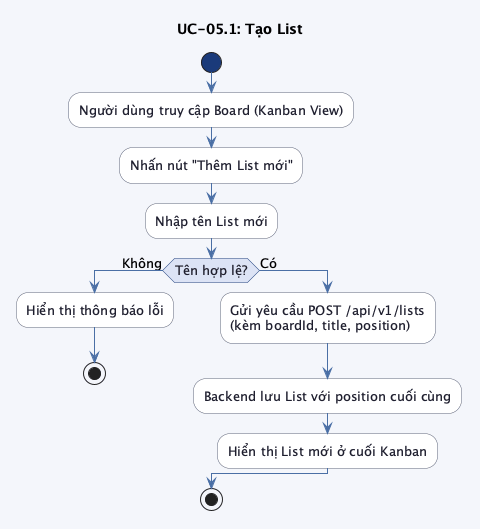
trongnhan34vn/trello-report keeps this PlantUML diagram as src/images/chap3/activity_uc05_1.png. Above is the earlier version.
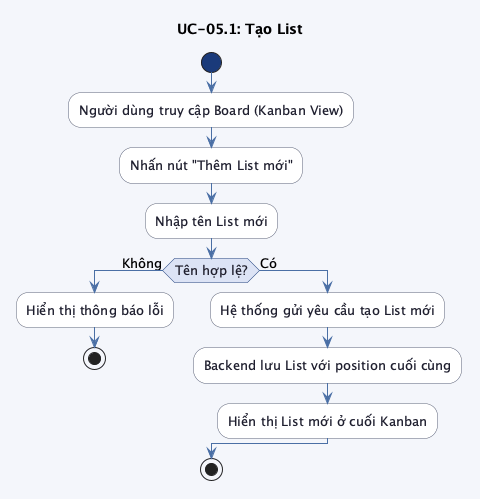
Above is the later version.

The edit, as a diff of the source:
```diff
@@ -27,7 +27,7 @@
     :Hiển thị thông báo lỗi;
     stop
 else (Có)
-    :Gửi yêu cầu POST /api/v1/lists\n(kèm boardId, title, position);
+    :Hệ thống gửi yêu cầu tạo List mới;
     :Backend lưu List với position cuối cùng;
     :Hiển thị List mới ở cuối Kanban;
 endif
```
